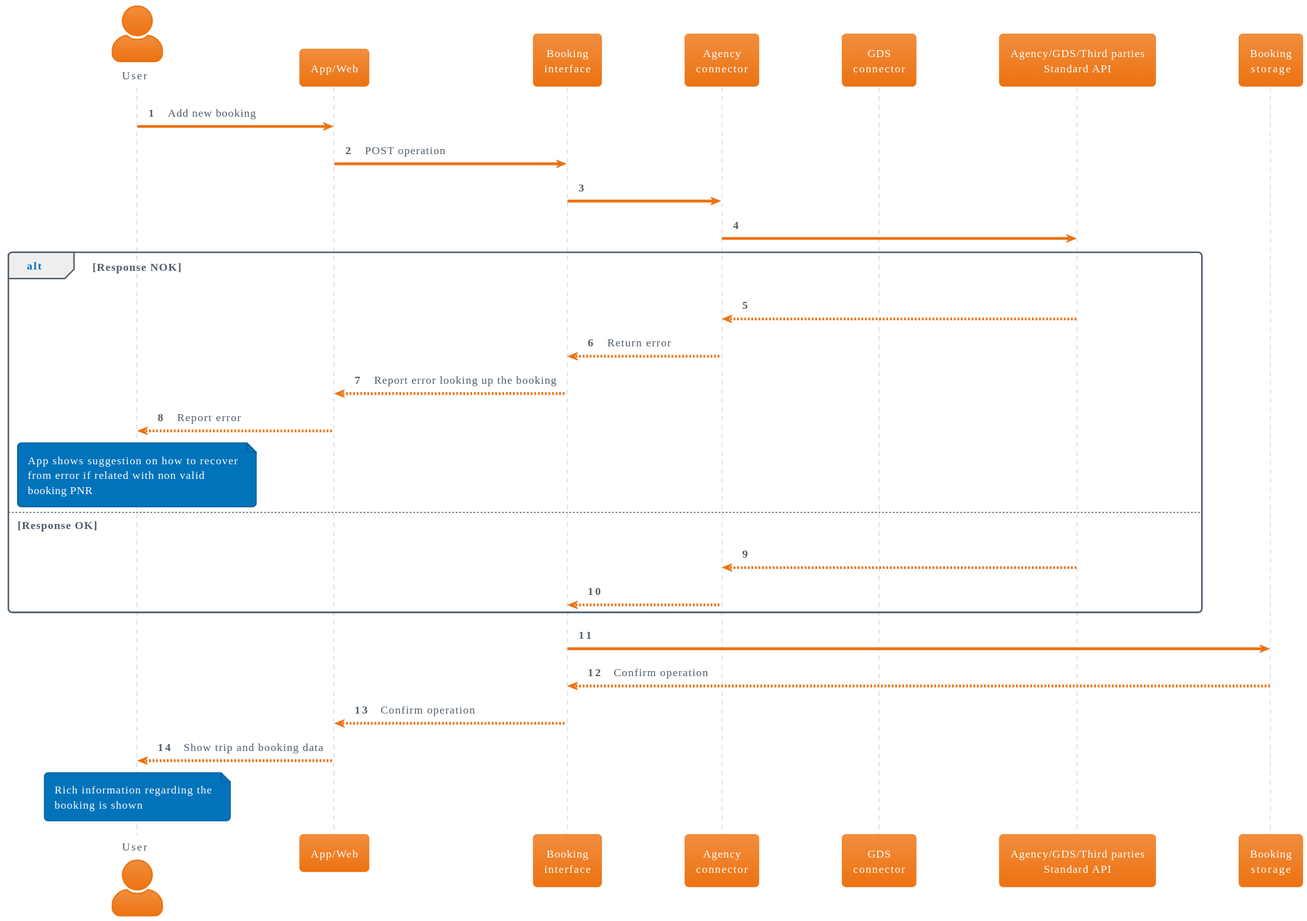
Earlier version of the PlantUML export doc/use_cases/user_add_booking_manually.svg (relic-da/ArchEnemies).
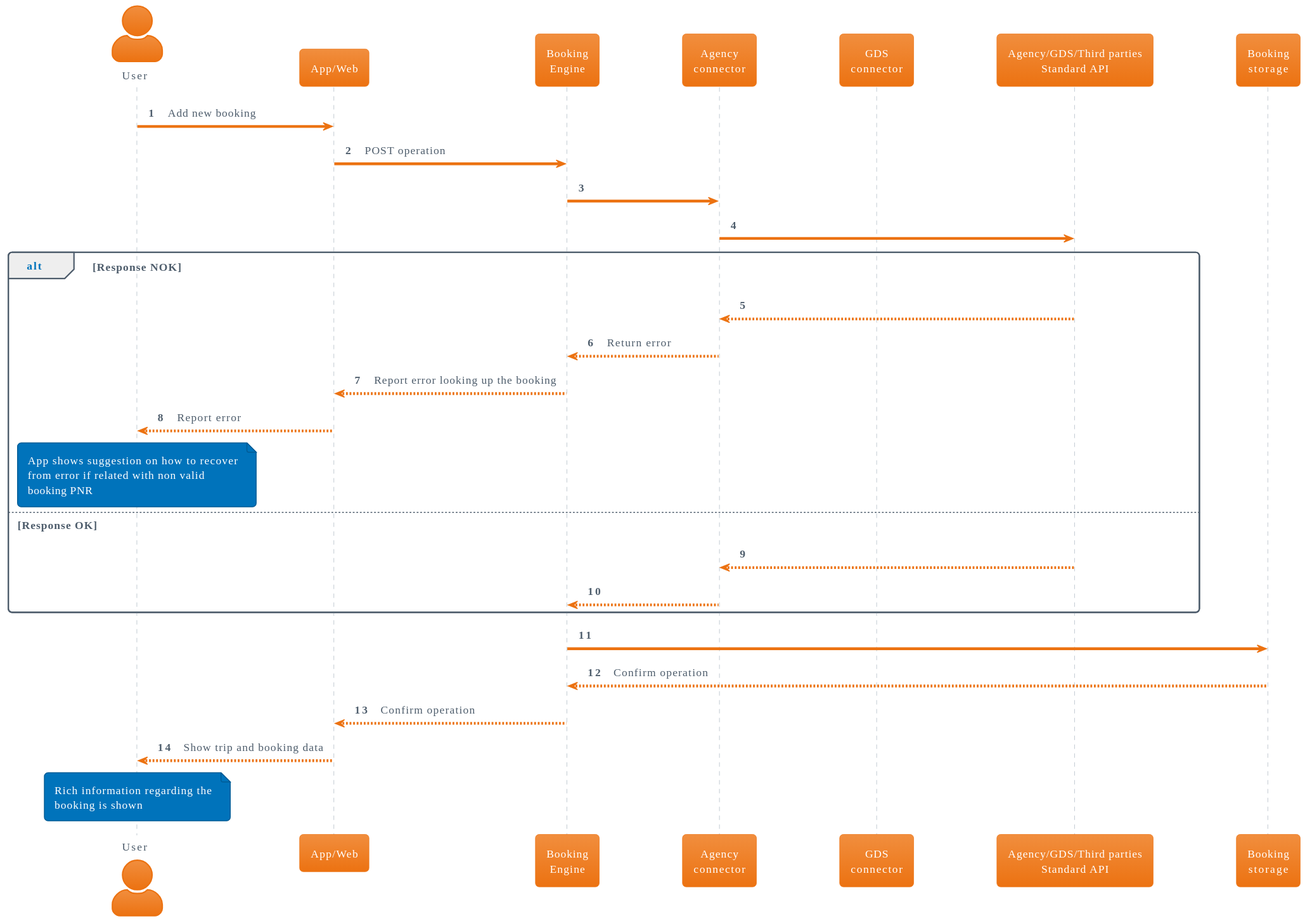
After the change.

Diff of the diagram source:
```diff
@@ -7,21 +7,21 @@
 
 actor "User" as user
 participant "App/Web" as app
-participant "Booking\ninterface" as booking_interface
+participant "Booking\nEngine" as booking_engine
 participant "Agency\nconnector" as agency_connector
 participant "GDS\nconnector" as gds_connector
 participant "Agency/GDS/Third parties\nStandard API" as third_parties
 participant "Booking\nstorage" as booking_storage
 
 user -> app: Add new booking
-app -> booking_interface: POST operation
-booking_interface -> agency_connector
+app -> booking_engine: POST operation
+booking_engine -> agency_connector
 agency_connector -> third_parties
 
 alt Response NOK
    third_parties --> agency_connector
-   agency_connector --> booking_interface: Return error
-   booking_interface --> app: Report error looking up the booking
+   agency_connector --> booking_engine: Return error
+   booking_engine --> app: Report error looking up the booking
    app --> user: Report error
    note over user
       App shows suggestion on how to recover
@@ -30,12 +30,12 @@
    end note
 else Response OK
    third_parties --> agency_connector
-   agency_connector --> booking_interface
+   agency_connector --> booking_engine
 end
 
-booking_interface -> booking_storage
+booking_engine -> booking_storage
 return Confirm operation
-booking_interface --> app: Confirm operation
+booking_engine --> app: Confirm operation
 app --> user: Show trip and booking data
 note over user
    Rich information regarding the
```
